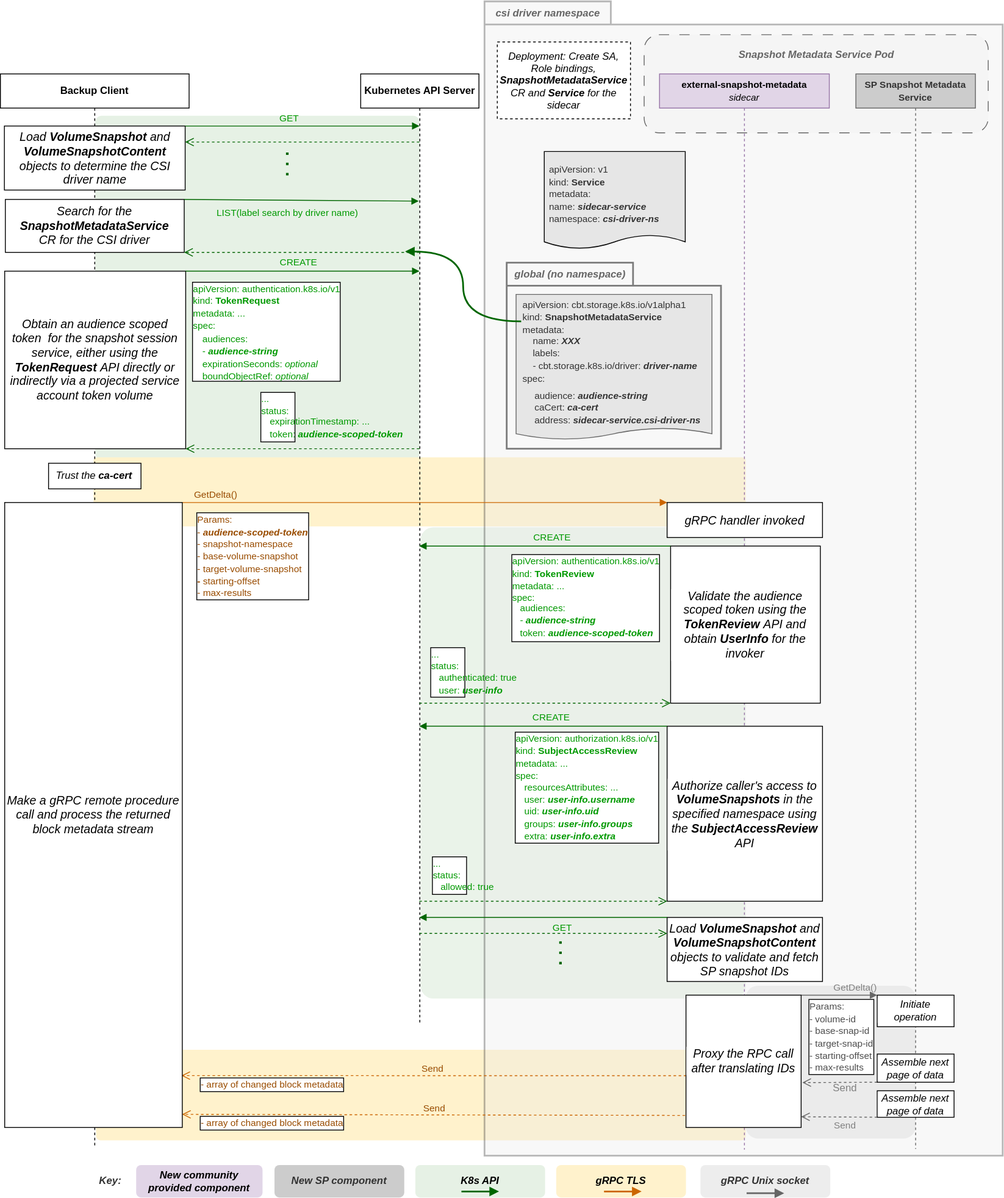
This is keps/sig-storage/3314-csi-changed-block-tracking/flow.drawio.svg from kubernetes/enhancements, a draw.io export, as it was before one commit. Source tidied: cells renumbered, new cells last; positions are measured from the earlier drawing's top-left corner, leaving out a move shared by most shapes.
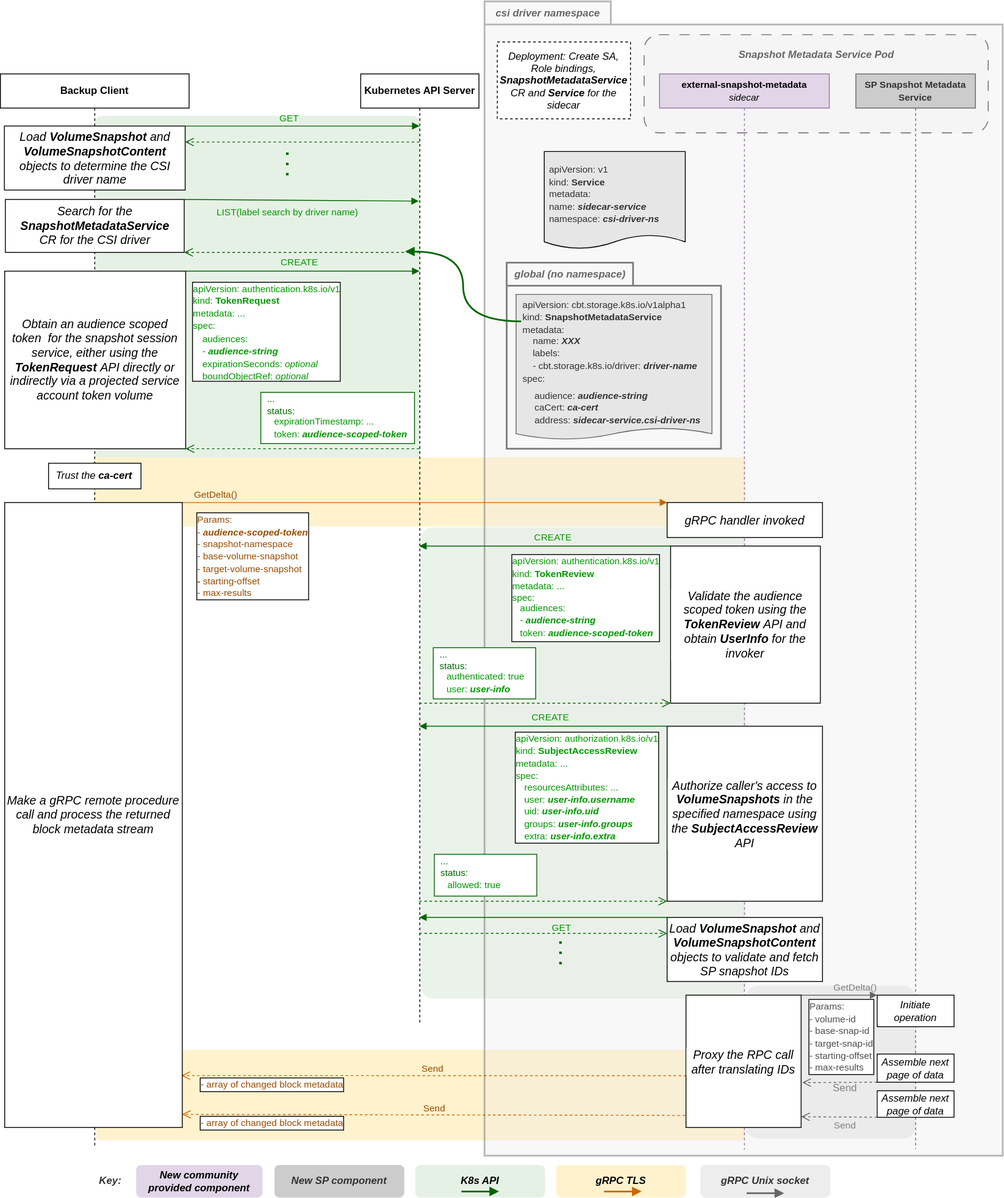
The same diagram one commit later.

Commit message:
Fixed figure spacing

Diff of the diagram source:
```diff
@@ -34,6 +34,18 @@
     <mxCell id="11" value="&lt;font color=&quot;#333333&quot;&gt;&lt;span style=&quot;font-size: 11px;&quot;&gt;apiVersion: v1&amp;nbsp;&lt;/span&gt;&lt;br style=&quot;border-color: var(--border-color); font-size: 11px;&quot;&gt;&lt;span style=&quot;font-size: 11px;&quot;&gt;kind: &lt;b&gt;Service&lt;/b&gt;&lt;/span&gt;&lt;br style=&quot;border-color: var(--border-color); font-size: 11px;&quot;&gt;&lt;span style=&quot;font-size: 11px;&quot;&gt;metadata:&lt;/span&gt;&lt;br style=&quot;border-color: var(--border-color); font-size: 11px;&quot;&gt;&lt;span style=&quot;font-size: 11px;&quot;&gt;&amp;nbsp; name: &lt;/span&gt;&lt;/font&gt;&lt;i style=&quot;border-color: var(--border-color); color: rgb(51, 51, 51); font-size: 11px;&quot;&gt;&lt;b style=&quot;border-color: var(--border-color);&quot;&gt;sidecar-service&lt;/b&gt;&lt;/i&gt;&lt;font color=&quot;#333333&quot;&gt;&lt;br style=&quot;border-color: var(--border-color); font-size: 11px;&quot;&gt;&lt;span style=&quot;font-size: 11px;&quot;&gt;&amp;nbsp; namespace:&amp;nbsp;&lt;/span&gt;&lt;b style=&quot;border-color: var(--border-color); font-size: 11px;&quot;&gt;&lt;i style=&quot;border-color: var(--border-color);&quot;&gt;csi-driver-ns&lt;br style=&quot;border-color: var(--border-color);&quot;&gt;&lt;/i&gt;&lt;/b&gt;&lt;/font&gt;&lt;font color=&quot;#333333&quot;&gt;&lt;span style=&quot;font-size: 11px;&quot;&gt;&lt;br&gt;&lt;/span&gt;&lt;/font&gt;" style="text;html=1;strokeColor=none;fillColor=none;align=left;verticalAlign=middle;whiteSpace=wrap;rounded=0;dashed=1;fontColor=#666666;" parent="9" vertex="1">
       <mxGeometry x="4.4" y="3.7" width="165.1" height="106.6" as="geometry" />
     </mxCell>
+    <mxCell id="103" style="group;" parent="6" vertex="1">
+      <mxGeometry x="-66" y="757" width="128.5" height="60" as="geometry" />
+    </mxCell>
+    <mxCell id="104" style="rounded=0;whiteSpace=wrap;html=1;strokeColor=#006600;" parent="103" vertex="1">
+      <mxGeometry x="6" width="120" height="60" as="geometry" />
+    </mxCell>
+    <mxCell id="105" value="&lt;div style=&quot;text-align: left; font-size: 11px;&quot;&gt;&lt;span style=&quot;background-color: initial;&quot;&gt;&lt;font style=&quot;font-size: 11px;&quot; color=&quot;#006600&quot;&gt;...&lt;/font&gt;&lt;/span&gt;&lt;/div&gt;&lt;div style=&quot;text-align: left; font-size: 11px;&quot;&gt;&lt;span style=&quot;background-color: initial;&quot;&gt;&lt;font style=&quot;font-size: 11px;&quot; color=&quot;#006600&quot;&gt;status:&lt;/font&gt;&lt;/span&gt;&lt;/div&gt;" style="text;html=1;strokeColor=none;fillColor=none;align=center;verticalAlign=middle;whiteSpace=wrap;rounded=0;strokeWidth=0;" parent="103" vertex="1">
+      <mxGeometry width="60" height="30" as="geometry" />
+    </mxCell>
+    <mxCell id="84" value="&lt;span style=&quot;color: rgb(0, 153, 0); font-size: 11px;&quot;&gt;authenticated: true&lt;/span&gt;&lt;br style=&quot;border-color: var(--border-color); color: rgb(0, 153, 0); font-size: 11px;&quot;&gt;&lt;span style=&quot;color: rgb(0, 153, 0); font-size: 11px;&quot;&gt;user:&amp;nbsp;&lt;/span&gt;&lt;i style=&quot;border-color: var(--border-color); color: rgb(0, 153, 0); font-size: 11px;&quot;&gt;&lt;b style=&quot;border-color: var(--border-color);&quot;&gt;user-info&lt;/b&gt;&amp;nbsp;&lt;/i&gt;&lt;font color=&quot;#009900&quot;&gt;&lt;span style=&quot;font-size: 11px;&quot;&gt;&lt;br&gt;&lt;/span&gt;&lt;/font&gt;" style="text;html=1;strokeColor=none;fillColor=none;align=left;verticalAlign=middle;whiteSpace=wrap;rounded=0;dashed=1;fontColor=#666666;" parent="103" vertex="1">
+      <mxGeometry x="20" y="29" width="108.5" height="24.9" as="geometry" />
+    </mxCell>
     <mxCell id="12" style="rounded=1;whiteSpace=wrap;html=1;labelBackgroundColor=none;labelBorderColor=none;fillStyle=solid;fontSize=12;fontColor=#006600;strokeColor=none;fillColor=#E6E6E6;arcSize=8;opacity=70;" parent="1" vertex="1">
       <mxGeometry x="873" y="1153" width="199" height="179" as="geometry" />
     </mxCell>
@@ -178,15 +190,6 @@
     <mxCell id="55" style="html=1;verticalAlign=bottom;endArrow=block;labelBackgroundColor=none;strokeColor=#006600;fontSize=12;fontColor=#000000;exitX=1;exitY=0;exitDx=0;exitDy=0;startArrow=none;" parent="1" edge="1" source="2" target="14">
       <mxGeometry relative="1" as="geometry" />
     </mxCell>
-    <mxCell id="56" style="group;" parent="1" vertex="1">
-      <mxGeometry x="303" y="447" width="187" height="80" as="geometry" />
-    </mxCell>
-    <mxCell id="57" value="&lt;font style=&quot;font-size: 11px;&quot;&gt;...&lt;br&gt;status:&amp;nbsp; &amp;nbsp; &amp;nbsp; &amp;nbsp; &amp;nbsp; &amp;nbsp; &amp;nbsp; &amp;nbsp; &amp;nbsp; &amp;nbsp; &amp;nbsp; &amp;nbsp; &amp;nbsp; &amp;nbsp; &amp;nbsp; &amp;nbsp; &amp;nbsp; &amp;nbsp; &amp;nbsp; &amp;nbsp; &amp;nbsp; &amp;nbsp; &amp;nbsp;&amp;nbsp;&lt;font color=&quot;#ffffff&quot;&gt;.&lt;/font&gt;&lt;br&gt;&lt;br&gt;&lt;br&gt;&lt;/font&gt;" style="text;html=1;strokeColor=none;fillColor=none;align=left;verticalAlign=middle;whiteSpace=wrap;rounded=0;fontColor=#009900;labelBorderColor=default;labelBackgroundColor=default;" parent="56" vertex="1">
-      <mxGeometry width="187" height="80" as="geometry" />
-    </mxCell>
-    <mxCell id="58" value="&lt;font color=&quot;#009900&quot;&gt;&lt;span style=&quot;font-size: 11px;&quot;&gt;expirationTimestamp: ...&lt;br&gt;token: &lt;i&gt;&lt;b&gt;audience-scoped-token&lt;/b&gt;&lt;/i&gt;&lt;br&gt;&lt;/span&gt;&lt;/font&gt;" style="text;html=1;strokeColor=none;fillColor=none;align=left;verticalAlign=middle;whiteSpace=wrap;rounded=0;dashed=1;fontColor=#666666;" parent="56" vertex="1">
-      <mxGeometry x="11.3" y="40.7" width="158.1" height="22.9" as="geometry" />
-    </mxCell>
     <mxCell id="59" style="html=1;verticalAlign=bottom;endArrow=block;labelBackgroundColor=none;strokeColor=#006600;fontSize=12;fontColor=#000000;exitX=1;exitY=0;exitDx=0;exitDy=0;" parent="1" edge="1" source="51" target="14">
       <mxGeometry relative="1" as="geometry" />
     </mxCell>
@@ -273,15 +276,6 @@
         <mxPoint x="819" y="33" as="targetPoint" />
       </mxGeometry>
     </mxCell>
-    <mxCell id="82" style="group;" parent="1" vertex="1">
-      <mxGeometry x="502" y="750" width="179" height="71" as="geometry" />
-    </mxCell>
-    <mxCell id="83" value="&lt;font style=&quot;font-size: 11px;&quot;&gt;...&lt;br&gt;status:&amp;nbsp; &amp;nbsp; &amp;nbsp; &amp;nbsp; &amp;nbsp; &amp;nbsp; &amp;nbsp; &amp;nbsp; &amp;nbsp; &amp;nbsp; &amp;nbsp; &amp;nbsp; &amp;nbsp; &amp;nbsp; &amp;nbsp; &amp;nbsp; &amp;nbsp; &amp;nbsp; &amp;nbsp; &amp;nbsp; &amp;nbsp; &amp;nbsp; &amp;nbsp;&lt;font color=&quot;#ffffff&quot;&gt;.&lt;/font&gt;&lt;br&gt;&lt;br&gt;&lt;br&gt;&lt;/font&gt;" style="text;html=1;strokeColor=none;fillColor=none;align=left;verticalAlign=middle;whiteSpace=wrap;rounded=0;fontColor=#009900;labelBorderColor=default;labelBackgroundColor=default;" parent="82" vertex="1">
-      <mxGeometry width="179" height="71" as="geometry" />
-    </mxCell>
-    <mxCell id="84" value="&lt;span style=&quot;color: rgb(0, 153, 0); font-size: 11px;&quot;&gt;authenticated: true&lt;/span&gt;&lt;br style=&quot;border-color: var(--border-color); color: rgb(0, 153, 0); font-size: 11px;&quot;&gt;&lt;span style=&quot;color: rgb(0, 153, 0); font-size: 11px;&quot;&gt;user:&amp;nbsp;&lt;/span&gt;&lt;i style=&quot;border-color: var(--border-color); color: rgb(0, 153, 0); font-size: 11px;&quot;&gt;&lt;b style=&quot;border-color: var(--border-color);&quot;&gt;user-info&lt;/b&gt;&amp;nbsp;&lt;/i&gt;&lt;font color=&quot;#009900&quot;&gt;&lt;span style=&quot;font-size: 11px;&quot;&gt;&lt;br&gt;&lt;/span&gt;&lt;/font&gt;" style="text;html=1;strokeColor=none;fillColor=none;align=left;verticalAlign=middle;whiteSpace=wrap;rounded=0;dashed=1;fontColor=#666666;" parent="82" vertex="1">
-      <mxGeometry x="9.9" y="36.1" width="100.1" height="24.9" as="geometry" />
-    </mxCell>
     <mxCell id="85" style="endArrow=none;html=1;strokeColor=#006600;strokeWidth=2;fontColor=#FFFFFF;entryX=0;entryY=0.25;entryDx=0;entryDy=0;startArrow=block;startFill=1;edgeStyle=orthogonalEdgeStyle;curved=1;" parent="1" edge="1" target="40">
       <mxGeometry relative="1" as="geometry">
         <mxPoint x="474" y="293" as="sourcePoint" />
@@ -311,15 +305,6 @@
         <mxPoint x="490.6" y="1054" as="sourcePoint" />
       </mxGeometry>
     </mxCell>
-    <mxCell id="92" style="group;" parent="1" vertex="1">
-      <mxGeometry x="504" y="986" width="179" height="76" as="geometry" />
-    </mxCell>
-    <mxCell id="93" value="&lt;font style=&quot;font-size: 11px;&quot;&gt;...&lt;br&gt;status:&amp;nbsp; &amp;nbsp; &amp;nbsp; &amp;nbsp; &amp;nbsp; &amp;nbsp; &amp;nbsp; &amp;nbsp; &amp;nbsp; &amp;nbsp; &amp;nbsp; &amp;nbsp; &amp;nbsp; &amp;nbsp; &amp;nbsp; &amp;nbsp; &amp;nbsp; &amp;nbsp; &amp;nbsp; &amp;nbsp; &amp;nbsp; &amp;nbsp; &amp;nbsp;&lt;font color=&quot;#ffffff&quot;&gt;.&lt;/font&gt;&lt;br&gt;&lt;br&gt;&lt;/font&gt;" style="text;html=1;strokeColor=none;fillColor=none;align=left;verticalAlign=middle;whiteSpace=wrap;rounded=0;fontColor=#009900;labelBorderColor=default;labelBackgroundColor=default;" parent="92" vertex="1">
-      <mxGeometry width="179" height="76" as="geometry" />
-    </mxCell>
-    <mxCell id="94" value="&lt;span style=&quot;color: rgb(0, 153, 0); font-size: 11px;&quot;&gt;allowed: true&lt;/span&gt;&lt;font color=&quot;#009900&quot;&gt;&lt;span style=&quot;font-size: 11px;&quot;&gt;&lt;br&gt;&lt;/span&gt;&lt;/font&gt;" style="text;html=1;strokeColor=none;fillColor=none;align=left;verticalAlign=middle;whiteSpace=wrap;rounded=0;dashed=1;fontColor=#666666;" parent="92" vertex="1">
-      <mxGeometry x="9.9" y="37.4" width="100.1" height="26.6" as="geometry" />
-    </mxCell>
     <mxCell id="95" style="html=1;verticalAlign=bottom;endArrow=block;labelBackgroundColor=none;strokeColor=#006600;fontSize=12;fontColor=#000000;exitX=0;exitY=0;exitDx=0;exitDy=0;" parent="1" edge="1" source="45">
       <mxGeometry relative="1" as="geometry">
         <mxPoint x="490.6" y="1073" as="targetPoint" />
@@ -360,5 +345,29 @@
         <mxPoint x="656" y="1131" as="targetPoint" />
       </mxGeometry>
     </mxCell>
+    <mxCell id="106" style="group;" parent="1" vertex="1">
+      <mxGeometry x="502.2" y="999" width="128.5" height="49" as="geometry" />
+    </mxCell>
+    <mxCell id="107" style="rounded=0;whiteSpace=wrap;html=1;strokeColor=#006600;" parent="106" vertex="1">
+      <mxGeometry x="6" width="120" height="49" as="geometry" />
+    </mxCell>
+    <mxCell id="108" value="&lt;div style=&quot;text-align: left; font-size: 11px;&quot;&gt;&lt;span style=&quot;background-color: initial;&quot;&gt;&lt;font style=&quot;font-size: 11px;&quot; color=&quot;#006600&quot;&gt;...&lt;/font&gt;&lt;/span&gt;&lt;/div&gt;&lt;div style=&quot;text-align: left; font-size: 11px;&quot;&gt;&lt;span style=&quot;background-color: initial;&quot;&gt;&lt;font style=&quot;font-size: 11px;&quot; color=&quot;#006600&quot;&gt;status:&lt;/font&gt;&lt;/span&gt;&lt;/div&gt;" style="text;html=1;strokeColor=none;fillColor=none;align=center;verticalAlign=middle;whiteSpace=wrap;rounded=0;strokeWidth=0;" parent="106" vertex="1">
+      <mxGeometry width="60" height="30" as="geometry" />
+    </mxCell>
+    <mxCell id="94" value="&lt;span style=&quot;color: rgb(0, 153, 0); font-size: 11px;&quot;&gt;allowed: true&lt;/span&gt;&lt;font color=&quot;#009900&quot;&gt;&lt;span style=&quot;font-size: 11px;&quot;&gt;&lt;br&gt;&lt;/span&gt;&lt;/font&gt;" style="text;html=1;strokeColor=none;fillColor=none;align=left;verticalAlign=middle;whiteSpace=wrap;rounded=0;dashed=1;fontColor=#666666;" parent="106" vertex="1">
+      <mxGeometry x="20" y="24" width="108.5" height="24.9" as="geometry" />
+    </mxCell>
+    <mxCell id="109" style="group;" parent="1" vertex="1">
+      <mxGeometry x="299" y="458" width="186" height="60" as="geometry" />
+    </mxCell>
+    <mxCell id="110" style="rounded=0;whiteSpace=wrap;html=1;strokeColor=#006600;" parent="109" vertex="1">
+      <mxGeometry x="6" width="180" height="60" as="geometry" />
+    </mxCell>
+    <mxCell id="111" value="&lt;div style=&quot;text-align: left; font-size: 11px;&quot;&gt;&lt;span style=&quot;background-color: initial;&quot;&gt;&lt;font style=&quot;font-size: 11px;&quot; color=&quot;#006600&quot;&gt;...&lt;/font&gt;&lt;/span&gt;&lt;/div&gt;&lt;div style=&quot;text-align: left; font-size: 11px;&quot;&gt;&lt;span style=&quot;background-color: initial;&quot;&gt;&lt;font style=&quot;font-size: 11px;&quot; color=&quot;#006600&quot;&gt;status:&lt;/font&gt;&lt;/span&gt;&lt;/div&gt;" style="text;html=1;strokeColor=none;fillColor=none;align=center;verticalAlign=middle;whiteSpace=wrap;rounded=0;strokeWidth=0;" parent="109" vertex="1">
+      <mxGeometry width="60" height="30" as="geometry" />
+    </mxCell>
+    <mxCell id="58" value="&lt;span style=&quot;color: rgb(0, 153, 0); font-size: 11px;&quot;&gt;expirationTimestamp: ...&lt;/span&gt;&lt;br style=&quot;border-color: var(--border-color); color: rgb(0, 153, 0); font-size: 11px;&quot;&gt;&lt;span style=&quot;color: rgb(0, 153, 0); font-size: 11px;&quot;&gt;token:&amp;nbsp;&lt;/span&gt;&lt;i style=&quot;border-color: var(--border-color); color: rgb(0, 153, 0); font-size: 11px;&quot;&gt;&lt;b style=&quot;border-color: var(--border-color);&quot;&gt;audience-scoped-token&lt;/b&gt;&lt;/i&gt;&lt;font color=&quot;#009900&quot;&gt;&lt;span style=&quot;font-size: 11px;&quot;&gt;&lt;br&gt;&lt;/span&gt;&lt;/font&gt;" style="text;html=1;strokeColor=none;fillColor=none;align=left;verticalAlign=middle;whiteSpace=wrap;rounded=0;dashed=1;fontColor=#666666;" parent="109" vertex="1">
+      <mxGeometry x="20" y="29" width="163" height="24.9" as="geometry" />
+    </mxCell>
   </root>
 </mxGraphModel>
```
